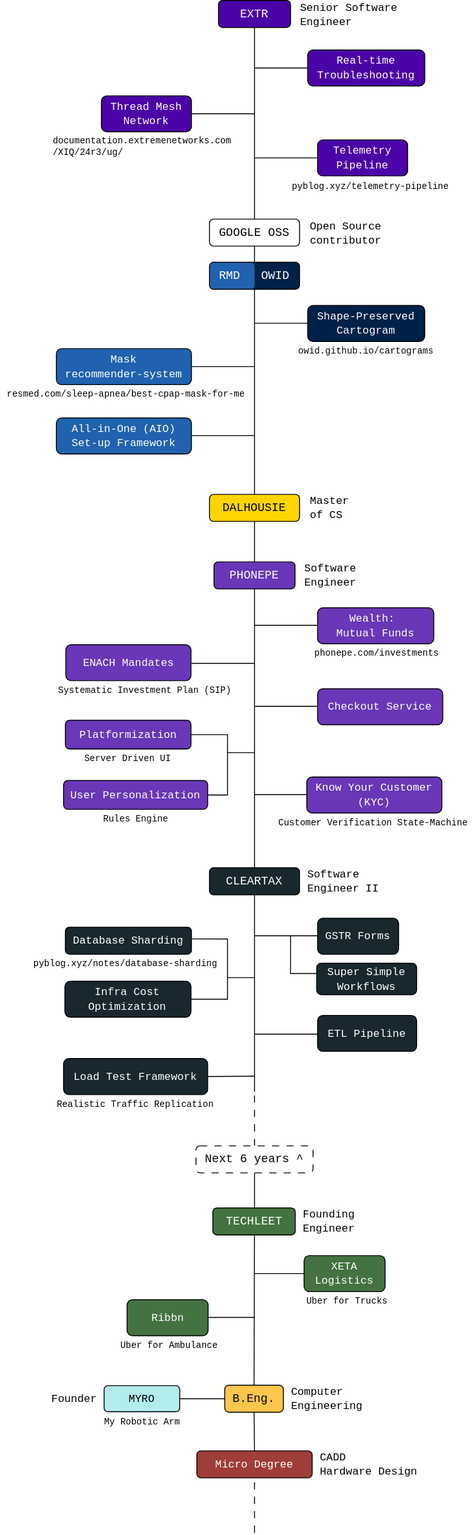
Before: assets/img/profile/things-i-have-done.svg, a diagram exported from draw.io (addu390/addu390.github.io). Source tidied: cells renumbered, new cells last; positions are measured from the earlier drawing's top-left corner, leaving out a move shared by most shapes.
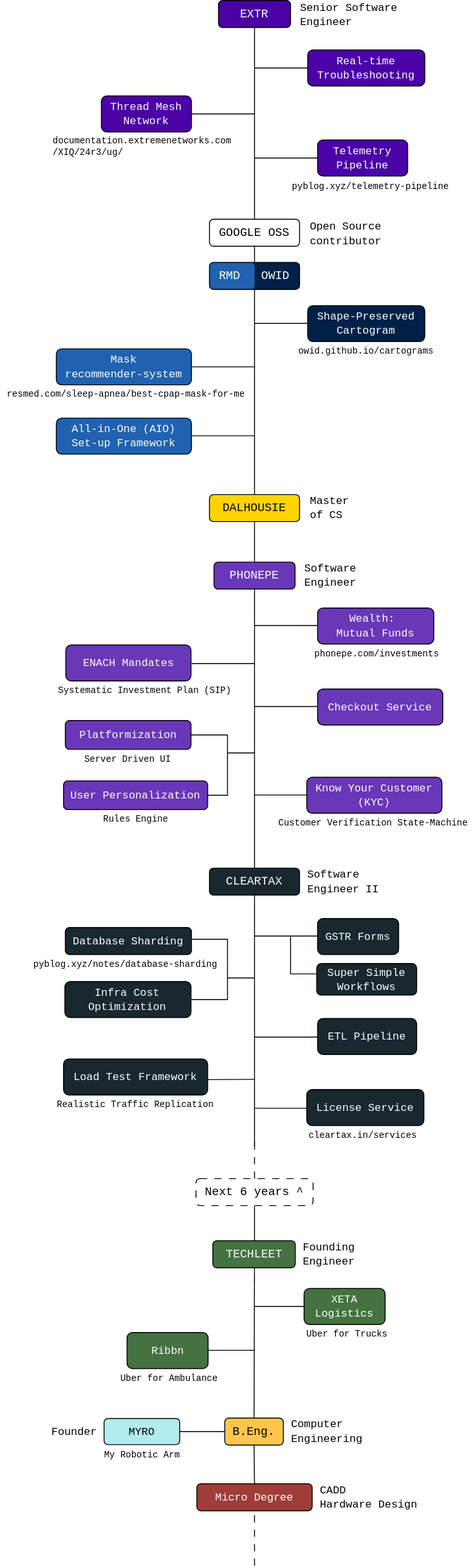
The same file after the commit.

Diff of the diagram source:
```diff
@@ -2,10 +2,16 @@
   <root>
     <mxCell id="0" />
     <mxCell id="1" parent="0" />
+    <mxCell id="91" style="endArrow=none;html=1;rounded=0;entryX=0;entryY=0.5;entryDx=0;entryDy=0;" parent="1" edge="1">
+      <mxGeometry relative="1" as="geometry">
+        <mxPoint x="282" y="1230.8" as="sourcePoint" />
+        <mxPoint x="352" y="1230.8" as="targetPoint" />
+      </mxGeometry>
+    </mxCell>
     <mxCell id="2" style="endArrow=none;html=1;rounded=0;entryX=0;entryY=0.5;entryDx=0;entryDy=0;" parent="1" edge="1">
       <mxGeometry relative="1" as="geometry">
-        <mxPoint x="226.9" y="1463.7" as="sourcePoint" />
-        <mxPoint x="281.9" y="1463.7" as="targetPoint" />
+        <mxPoint x="226.9" y="1499.7" as="sourcePoint" />
+        <mxPoint x="281.9" y="1499.7" as="targetPoint" />
       </mxGeometry>
     </mxCell>
     <mxCell id="3" style="endArrow=none;html=1;rounded=0;entryX=0;entryY=0.5;entryDx=0;entryDy=0;" parent="1" edge="1">
@@ -179,7 +185,7 @@
     </mxCell>
     <mxCell id="45" style="endArrow=none;html=1;rounded=0;entryX=0.5;entryY=1;entryDx=0;entryDy=0;" parent="1" edge="1" target="44">
       <mxGeometry relative="1" as="geometry">
-        <mxPoint x="282" y="1213" as="sourcePoint" />
+        <mxPoint x="282" y="1273" as="sourcePoint" />
       </mxGeometry>
     </mxCell>
     <mxCell id="46" value="&lt;font face=&quot;monospace, monospace&quot;&gt;GSTR Forms&lt;/font&gt;" style="rounded=1;whiteSpace=wrap;html=1;fillColor=#19282e;fontColor=#ffffff;" parent="1" vertex="1">
@@ -222,20 +228,21 @@
       </mxGeometry>
     </mxCell>
     <mxCell id="53" value="&lt;font face=&quot;monospace, monospace&quot;&gt;ETL Pipeline&lt;/font&gt;" style="rounded=1;whiteSpace=wrap;html=1;fillColor=#19282e;fontColor=#ffffff;" parent="1" vertex="1">
-      <mxGeometry x="352" y="1128" width="110" height="40" as="geometry" />
+      <mxGeometry x="352" y="1131" width="110" height="40" as="geometry" />
     </mxCell>
     <mxCell id="54" style="endArrow=none;html=1;rounded=0;entryX=0;entryY=0.5;entryDx=0;entryDy=0;" parent="1" edge="1">
       <mxGeometry relative="1" as="geometry">
-        <mxPoint x="282" y="1148.8" as="sourcePoint" />
-        <mxPoint x="352" y="1148.8" as="targetPoint" />
+        <mxPoint x="282" y="1151.8" as="sourcePoint" />
+        <mxPoint x="352" y="1151.8" as="targetPoint" />
       </mxGeometry>
     </mxCell>
     <mxCell id="55" value="&lt;font face=&quot;monospace, monospace&quot;&gt;Load Test Framework&lt;/font&gt;" style="rounded=1;whiteSpace=wrap;html=1;fillColor=#19282e;fontColor=#ffffff;" parent="1" vertex="1">
       <mxGeometry x="70" y="1176" width="160" height="40" as="geometry" />
     </mxCell>
-    <mxCell id="56" style="endArrow=none;html=1;rounded=0;entryX=0;entryY=0.5;entryDx=0;entryDy=0;exitX=1;exitY=0.5;exitDx=0;exitDy=0;" parent="1" edge="1" source="55">
+    <mxCell id="56" style="endArrow=none;html=1;rounded=0;entryX=0;entryY=0.5;entryDx=0;entryDy=0;exitX=1;exitY=0.5;exitDx=0;exitDy=0;" parent="1" edge="1">
       <mxGeometry relative="1" as="geometry">
-        <mxPoint x="282" y="1195.6" as="targetPoint" />
+        <mxPoint x="230" y="1199" as="sourcePoint" />
+        <mxPoint x="282" y="1198.6" as="targetPoint" />
       </mxGeometry>
     </mxCell>
     <mxCell id="57" value="&lt;font face=&quot;monospace, monospace&quot;&gt;Super Simple Workflows&lt;/font&gt;" style="rounded=1;whiteSpace=wrap;html=1;fillColor=#19282e;fontColor=#ffffff;" parent="1" vertex="1">
@@ -273,73 +280,73 @@
     </mxCell>
     <mxCell id="66" style="endArrow=none;html=1;rounded=0;dashed=1;dashPattern=8 8;exitX=0.5;exitY=0;exitDx=0;exitDy=0;" parent="1" edge="1" source="67">
       <mxGeometry relative="1" as="geometry">
-        <mxPoint x="282" y="1213" as="targetPoint" />
+        <mxPoint x="282" y="1263" as="targetPoint" />
       </mxGeometry>
     </mxCell>
     <mxCell id="67" value="&lt;font face=&quot;monospace, monospace&quot;&gt;&lt;span style=&quot;font-size: 13px;&quot;&gt;Next 6 years ^&lt;/span&gt;&lt;/font&gt;" style="rounded=1;whiteSpace=wrap;html=1;dashed=1;dashPattern=8 8;" parent="1" vertex="1">
-      <mxGeometry x="217" y="1273" width="130" height="30" as="geometry" />
+      <mxGeometry x="217" y="1309" width="130" height="30" as="geometry" />
     </mxCell>
     <mxCell id="68" style="endArrow=none;html=1;rounded=0;entryX=0.5;entryY=1;entryDx=0;entryDy=0;exitX=0.5;exitY=0;exitDx=0;exitDy=0;" parent="1" edge="1" target="67">
       <mxGeometry relative="1" as="geometry">
-        <mxPoint x="282" y="1367" as="sourcePoint" />
+        <mxPoint x="282" y="1403" as="sourcePoint" />
       </mxGeometry>
     </mxCell>
     <mxCell id="69" value="&lt;font face=&quot;monospace, monospace&quot;&gt;Founder&lt;/font&gt;" style="text;html=1;align=left;verticalAlign=middle;whiteSpace=wrap;rounded=0;" parent="1" vertex="1">
-      <mxGeometry x="55" y="1546" width="58" height="16" as="geometry" />
+      <mxGeometry x="55" y="1582" width="58" height="16" as="geometry" />
     </mxCell>
     <mxCell id="70" value="&lt;font face=&quot;monospace, monospace&quot;&gt;Founding&lt;/font&gt;&lt;div&gt;&lt;font face=&quot;monospace, monospace&quot;&gt;Engineer&lt;/font&gt;&lt;/div&gt;" style="text;html=1;align=left;verticalAlign=middle;whiteSpace=wrap;rounded=0;" parent="1" vertex="1">
-      <mxGeometry x="334" y="1342" width="58" height="30" as="geometry" />
+      <mxGeometry x="334" y="1378" width="58" height="30" as="geometry" />
     </mxCell>
     <mxCell id="71" style="endArrow=none;html=1;rounded=0;exitX=0.5;exitY=0;exitDx=0;exitDy=0;" parent="1" edge="1" source="75">
       <mxGeometry relative="1" as="geometry">
-        <mxPoint x="282" y="1363" as="targetPoint" />
+        <mxPoint x="282" y="1399" as="targetPoint" />
       </mxGeometry>
     </mxCell>
     <mxCell id="72" value="&lt;font face=&quot;monospace, monospace&quot; style=&quot;font-size: 12px;&quot;&gt;Micro Degree&lt;/font&gt;" style="rounded=1;whiteSpace=wrap;html=1;fillColor=#9f3d38;strokeColor=#000000;fontColor=#ffffff;" parent="1" vertex="1">
-      <mxGeometry x="218" y="1612" width="128" height="30" as="geometry" />
+      <mxGeometry x="218" y="1648" width="128" height="30" as="geometry" />
     </mxCell>
     <mxCell id="73" value="&lt;font style=&quot;font-size: 13px;&quot; face=&quot;monospace, monospace&quot;&gt;TECHLEET&lt;/font&gt;" style="rounded=1;whiteSpace=wrap;html=1;fillColor=#447240;strokeColor=#000000;fontColor=#FFFFFF;" parent="1" vertex="1">
-      <mxGeometry x="235.8" y="1342" width="91.5" height="30" as="geometry" />
+      <mxGeometry x="235.8" y="1378" width="91.5" height="30" as="geometry" />
     </mxCell>
     <mxCell id="74" value="&lt;font face=&quot;monospace, monospace&quot;&gt;Computer&lt;/font&gt;&lt;div&gt;&lt;font face=&quot;monospace, monospace&quot;&gt;Engineering&lt;/font&gt;&lt;/div&gt;" style="text;html=1;align=left;verticalAlign=middle;whiteSpace=wrap;rounded=0;" parent="1" vertex="1">
-      <mxGeometry x="320.5" y="1539" width="91" height="30" as="geometry" />
+      <mxGeometry x="320.5" y="1575" width="91" height="30" as="geometry" />
     </mxCell>
     <mxCell id="75" value="&lt;font face=&quot;monospace, monospace&quot;&gt;&lt;span style=&quot;font-size: 13px;&quot;&gt;B.Eng.&lt;/span&gt;&lt;/font&gt;" style="rounded=1;whiteSpace=wrap;html=1;fillColor=#ffc64d;" parent="1" vertex="1">
-      <mxGeometry x="249" y="1539" width="65" height="30" as="geometry" />
+      <mxGeometry x="249" y="1575" width="65" height="30" as="geometry" />
     </mxCell>
     <mxCell id="76" value="&lt;font face=&quot;monospace, monospace&quot;&gt;CADD&lt;/font&gt;&lt;div&gt;&lt;font face=&quot;monospace, monospace&quot;&gt;Hardware Design&lt;/font&gt;&lt;/div&gt;" style="text;html=1;align=left;verticalAlign=middle;whiteSpace=wrap;rounded=0;" parent="1" vertex="1">
-      <mxGeometry x="352.5" y="1612" width="125.5" height="30" as="geometry" />
+      <mxGeometry x="352.5" y="1648" width="125.5" height="30" as="geometry" />
     </mxCell>
     <mxCell id="77" style="endArrow=none;html=1;rounded=0;entryX=0.5;entryY=1;entryDx=0;entryDy=0;exitX=0.5;exitY=0;exitDx=0;exitDy=0;" parent="1" edge="1" source="72" target="75">
       <mxGeometry relative="1" as="geometry" />
     </mxCell>
     <mxCell id="78" style="endArrow=none;html=1;rounded=0;dashed=1;dashPattern=8 8;entryX=0.5;entryY=1;entryDx=0;entryDy=0;" parent="1" edge="1" target="72">
       <mxGeometry relative="1" as="geometry">
-        <mxPoint x="282" y="1703" as="sourcePoint" />
+        <mxPoint x="282" y="1739" as="sourcePoint" />
       </mxGeometry>
     </mxCell>
     <mxCell id="79" value="&lt;font face=&quot;monospace, monospace&quot;&gt;MYRO&lt;/font&gt;" style="rounded=1;whiteSpace=wrap;html=1;fillColor=#b3ecec;" parent="1" vertex="1">
-      <mxGeometry x="115" y="1539.5" width="84" height="29" as="geometry" />
+      <mxGeometry x="115" y="1575.5" width="84" height="29" as="geometry" />
     </mxCell>
     <mxCell id="80" style="endArrow=none;html=1;rounded=0;entryX=0;entryY=0.5;entryDx=0;entryDy=0;exitX=1;exitY=0.5;exitDx=0;exitDy=0;" parent="1" edge="1" source="79" target="75">
       <mxGeometry relative="1" as="geometry" />
     </mxCell>
     <mxCell id="81" value="&lt;font style=&quot;font-size: 12px;&quot; face=&quot;monospace, monospace&quot;&gt;XETA Logistics&lt;/font&gt;" style="rounded=1;whiteSpace=wrap;html=1;fillColor=#447240;strokeColor=#000000;fontColor=#FFFFFF;" parent="1" vertex="1">
-      <mxGeometry x="337" y="1395" width="90" height="40" as="geometry" />
+      <mxGeometry x="337" y="1431" width="90" height="40" as="geometry" />
     </mxCell>
     <mxCell id="82" style="endArrow=none;html=1;rounded=0;entryX=0;entryY=0.5;entryDx=0;entryDy=0;" parent="1" edge="1" target="81">
       <mxGeometry relative="1" as="geometry">
-        <mxPoint x="282" y="1415" as="sourcePoint" />
+        <mxPoint x="282" y="1451" as="sourcePoint" />
       </mxGeometry>
     </mxCell>
     <mxCell id="83" value="&lt;font style=&quot;font-size: 12px;&quot; face=&quot;monospace, monospace&quot;&gt;Ribbn&lt;/font&gt;" style="rounded=1;whiteSpace=wrap;html=1;fillColor=#447240;strokeColor=#000000;fontColor=#FFFFFF;" parent="1" vertex="1">
-      <mxGeometry x="140.5" y="1444" width="90" height="40" as="geometry" />
+      <mxGeometry x="140.5" y="1480" width="90" height="40" as="geometry" />
     </mxCell>
     <mxCell id="84" value="&lt;font face=&quot;monospace, monospace&quot; style=&quot;font-size: 10px;&quot;&gt;Uber for Trucks&lt;/font&gt;" style="text;html=1;align=center;verticalAlign=middle;whiteSpace=wrap;rounded=0;" parent="1" vertex="1">
-      <mxGeometry x="335" y="1435" width="100" height="20" as="geometry" />
+      <mxGeometry x="335" y="1471" width="100" height="20" as="geometry" />
     </mxCell>
     <mxCell id="85" value="&lt;font face=&quot;monospace, monospace&quot; style=&quot;font-size: 10px;&quot;&gt;Uber for Ambulance&lt;/font&gt;" style="text;html=1;align=center;verticalAlign=middle;whiteSpace=wrap;rounded=0;" parent="1" vertex="1">
-      <mxGeometry x="128.5" y="1484" width="116.5" height="20" as="geometry" />
+      <mxGeometry x="128.5" y="1520" width="116.5" height="20" as="geometry" />
     </mxCell>
     <mxCell id="86" value="&lt;font face=&quot;monospace, monospace&quot;&gt;&lt;span style=&quot;font-size: 10px;&quot;&gt;pyblog.xyz/notes/database-sharding&lt;/span&gt;&lt;/font&gt;" style="text;html=1;align=center;verticalAlign=middle;whiteSpace=wrap;rounded=0;" parent="1" vertex="1">
       <mxGeometry x="28" y="1060" width="222" height="20" as="geometry" />
@@ -354,7 +361,13 @@
       <mxGeometry x="89" y="899" width="123" height="20" as="geometry" />
     </mxCell>
     <mxCell id="90" value="&lt;font face=&quot;monospace, monospace&quot; style=&quot;font-size: 10px;&quot;&gt;My Robotic Arm&lt;/font&gt;" style="text;html=1;align=center;verticalAlign=middle;whiteSpace=wrap;rounded=0;" parent="1" vertex="1">
-      <mxGeometry x="98.8" y="1568.5" width="116.5" height="20" as="geometry" />
+      <mxGeometry x="98.8" y="1604.5" width="116.5" height="20" as="geometry" />
     </mxCell>
+    <mxCell id="92" value="&lt;font face=&quot;monospace, monospace&quot;&gt;License Service&lt;/font&gt;" style="rounded=1;whiteSpace=wrap;html=1;fillColor=#19282e;fontColor=#ffffff;" parent="1" vertex="1">
+      <mxGeometry x="340" y="1210" width="130" height="40" as="geometry" />
+    </mxCell>
+    <mxCell id="93" value="&lt;font face=&quot;monospace, monospace&quot;&gt;&lt;span style=&quot;font-size: 10px;&quot;&gt;cleartax.in/services&lt;/span&gt;&lt;/font&gt;" style="text;html=1;align=center;verticalAlign=middle;whiteSpace=wrap;rounded=0;" parent="1" vertex="1">
+      <mxGeometry x="337" y="1250" width="131" height="20" as="geometry" />
+    </mxCell>
   </root>
 </mxGraphModel>
```
